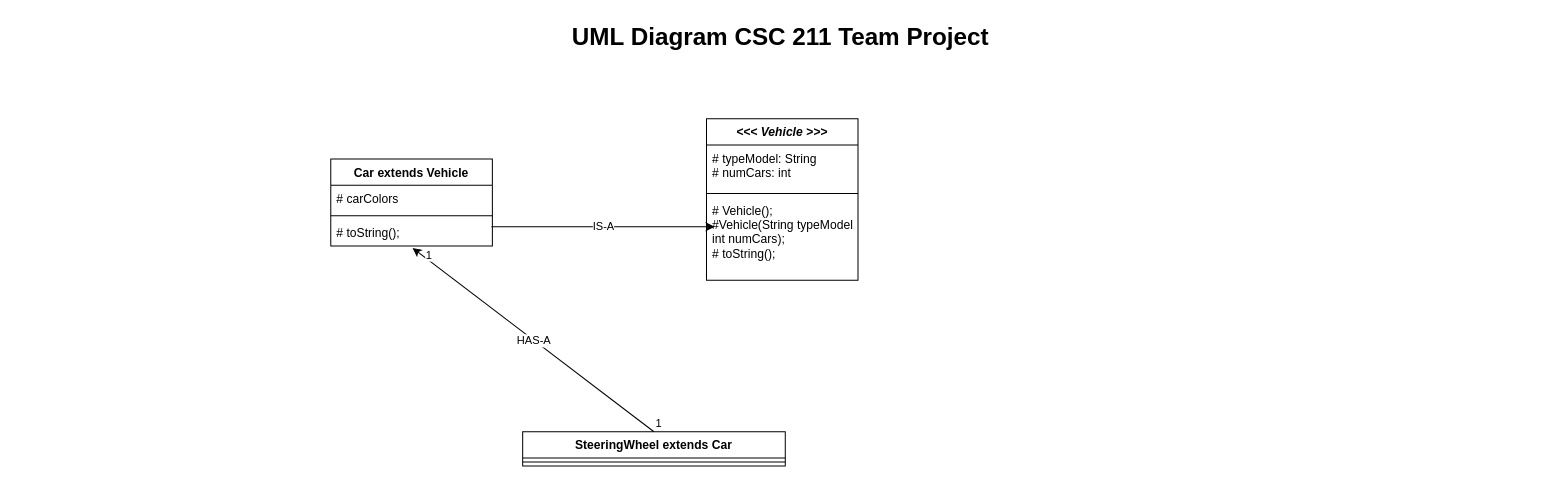
AngelAdames/CSC-211-Team-Project keeps this draw.io diagram as Untitled Diagram.drawio. Above is the earlier version. Source tidied: cells renumbered, new cells numbered last; positions are measured from the earlier drawing's top-left corner, leaving out a move shared by most shapes. Both pictures are drawn from the tidied source at 101%, with x=0, y=0 at pixel (17, 17).
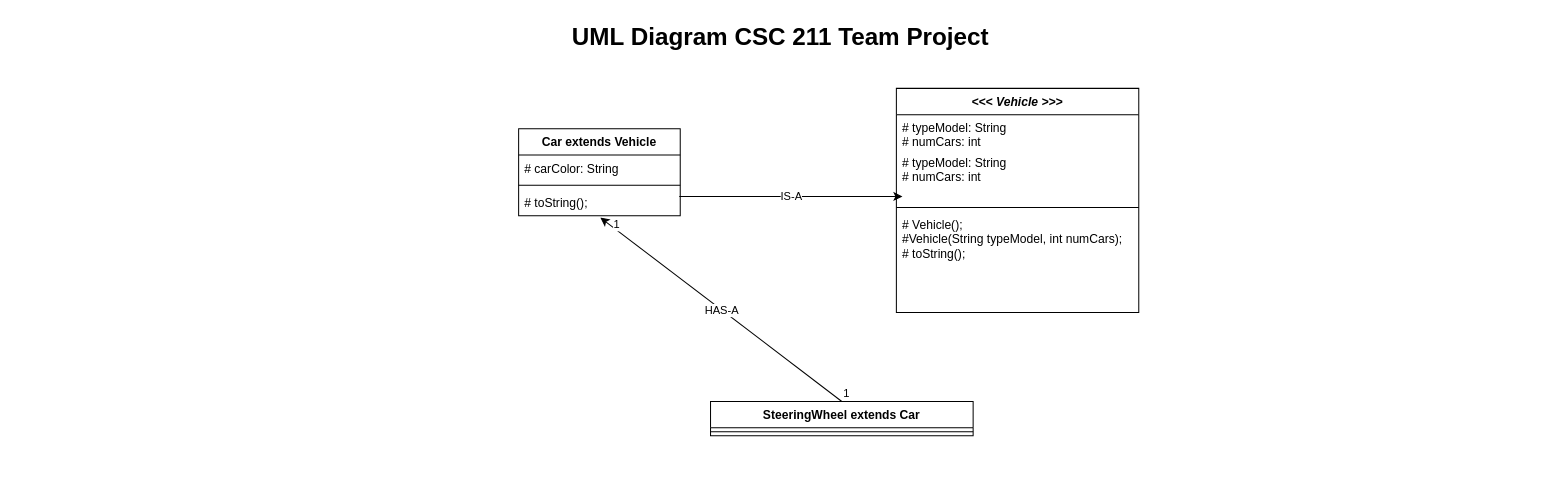
Above is the later version.

Unchanged cells that the change refers to:
```xml
<mxCell id="18" value="# toString();" style="text;strokeColor=none;fillColor=none;align=left;verticalAlign=top;spacingLeft=4;spacingRight=4;overflow=hidden;points=[[0,0.5],[1,0.5]];portConstraint=eastwest;" parent="15" vertex="1">
  <mxGeometry y="60" width="160" height="26" as="geometry" />
</mxCell>
```

Change to the diagram source:
```diff
@@
     <mxCell id="3" value="&lt;&lt;&lt; Vehicle &gt;&gt;&gt;" style="swimlane;fontStyle=3;align=center;verticalAlign=top;horizontal=1;startSize=26;" parent="1" vertex="1">
-      <mxGeometry x="682" y="100" width="150" height="160" as="geometry" />
+      <mxGeometry x="870" y="70" width="240" height="222" as="geometry" />
     </mxCell>
     <mxCell id="4" value="# typeModel: String&#10;# numCars: int" style="text;strokeColor=none;fillColor=none;align=left;verticalAlign=top;spacingLeft=4;spacingRight=4;overflow=hidden;" parent="3" vertex="1">
-      <mxGeometry y="26" width="150" height="44" as="geometry" />
+      <mxGeometry y="26" width="240" height="34" as="geometry" />
     </mxCell>
+    <mxCell id="19" value="# typeModel: String&#10;# numCars: int" style="text;strokeColor=none;fillColor=none;align=left;verticalAlign=top;spacingLeft=4;spacingRight=4;overflow=hidden;" parent="3" vertex="1">
+      <mxGeometry y="60" width="240" height="54" as="geometry" />
+    </mxCell>
     <mxCell id="5" style="line;strokeWidth=1;fillColor=none;align=left;verticalAlign=middle;spacingTop=-1;spacingLeft=3;spacingRight=3;labelPosition=right;strokeColor=inherit;" parent="3" vertex="1">
-      <mxGeometry y="70" width="150" height="8" as="geometry" />
+      <mxGeometry y="114" width="240" height="8" as="geometry" />
     </mxCell>
-    <mxCell id="6" value="# Vehicle();&#10;#Vehicle(String typeModel,&#10;int numCars);&#10;# toString();" style="text;strokeColor=none;fillColor=none;align=left;verticalAlign=top;spacingLeft=4;spacingRight=4;overflow=hidden;" parent="3" vertex="1">
-      <mxGeometry y="78" width="150" height="82" as="geometry" />
+    <mxCell id="6" value="# Vehicle();&#10;#Vehicle(String typeModel, int numCars);&#10;# toString();" style="text;strokeColor=none;fillColor=none;align=left;verticalAlign=top;spacingLeft=4;spacingRight=4;overflow=hidden;" parent="3" vertex="1">
+      <mxGeometry y="122" width="240" height="100" as="geometry" />
     </mxCell>
     <mxCell id="7" value="SteeringWheel extends Car" style="swimlane;fontStyle=1;align=center;verticalAlign=top;horizontal=1;startSize=26;" parent="1" vertex="1">
-      <mxGeometry x="500" y="410" width="260" height="34" as="geometry" />
+      <mxGeometry x="686" y="380" width="260" height="34" as="geometry" />
     </mxCell>
@@
     <mxCell id="13" style="endArrow=classic;html=1;rounded=0;exitX=0.994;exitY=0.269;exitDx=0;exitDy=0;exitPerimeter=0;" parent="1" edge="1" source="18">
       <mxGeometry relative="1" as="geometry">
-        <mxPoint x="690" y="207" as="targetPoint" />
+        <mxPoint x="876" y="177" as="targetPoint" />
       </mxGeometry>
     </mxCell>
@@
     <mxCell id="15" value="Car extends Vehicle" style="swimlane;fontStyle=1;align=center;verticalAlign=top;horizontal=1;startSize=26;" parent="1" vertex="1">
-      <mxGeometry x="310" y="140" width="160" height="86" as="geometry" />
+      <mxGeometry x="496" y="110" width="160" height="86" as="geometry" />
     </mxCell>
-    <mxCell id="16" value="# carColors" style="text;strokeColor=none;fillColor=none;align=left;verticalAlign=top;spacingLeft=4;spacingRight=4;overflow=hidden;" parent="15" vertex="1">
+    <mxCell id="16" value="# carColor: String" style="text;strokeColor=none;fillColor=none;align=left;verticalAlign=top;spacingLeft=4;spacingRight=4;overflow=hidden;" parent="15" vertex="1">
       <mxGeometry y="26" width="160" height="26" as="geometry" />
     </mxCell>
```
